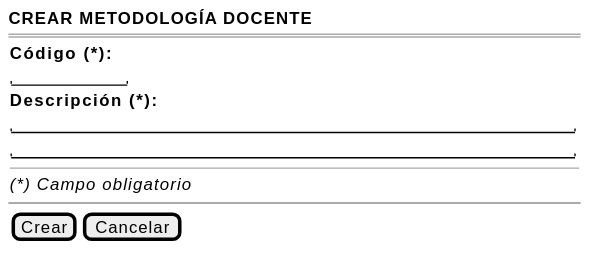
Above: images/RUP/01-requisitos/03-detalle-casos-uso/crearMetodologiaDocente/wireframe.svg in mmasias/pyCeldaPublico (PlantUML), before the change.
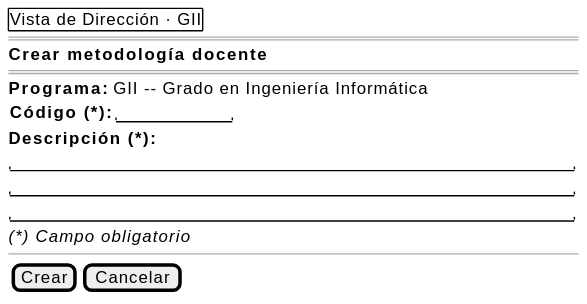
Later version of the same file.

What changed in the source:
```diff
@@ -1,17 +1,19 @@
 @startsalt crearMetodologiaDocente-wireframe
 {
-    <b>CREAR METODOLOGÍA DOCENTE</b>
+    {+ Vista de Dirección · GII }
     ====
+    <b>Crear metodología docente</b>
+    ====
+    <b>Programa:</b> GII -- Grado en Ingeniería Informática
     {
-        <b>Código (*):</b>
-        "          "
-        <b>Descripción (*):</b>
-        "                                                  "
-        "                                                  "
-        --
-        <i>(*) Campo obligatorio</i>
+        <b>Código (*):</b> | "          "
     }
-    ~~
+    <b>Descripción (*):</b>
+    "                                                  "
+    "                                                  "
+    "                                                  "
+    <i>(*) Campo obligatorio</i>
+    --
     {[Crear] | [Cancelar]}
 }
 @endsalt
```
